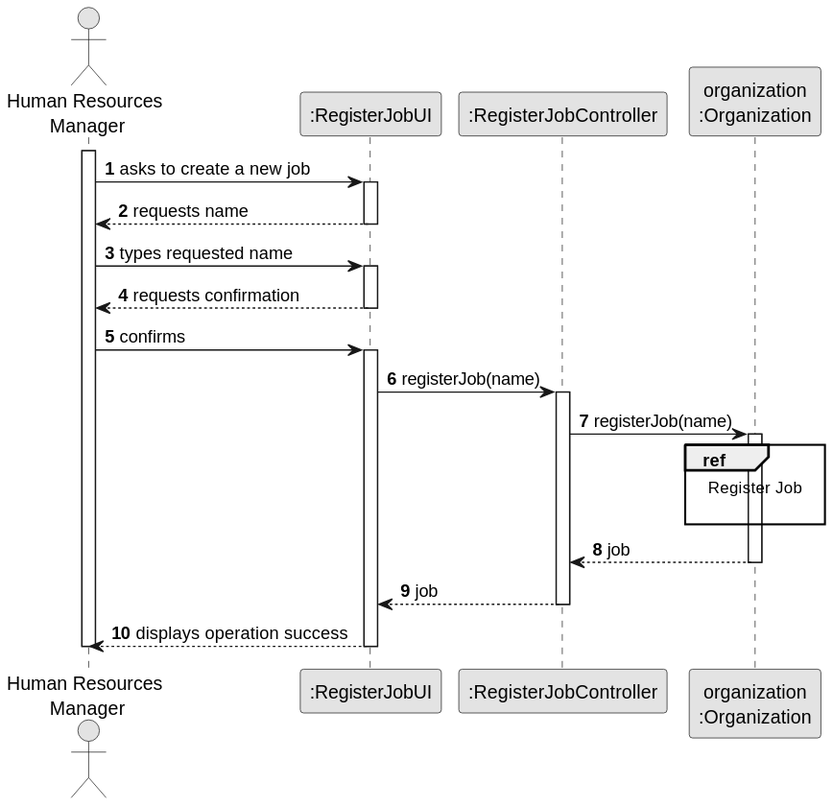
Before: docs/sprintB/us002/03.design/svg/us002-sequence-diagram-split.svg, a diagram exported from PlantUML (diogoveirospro/lei-24-s2-1dg-g072).
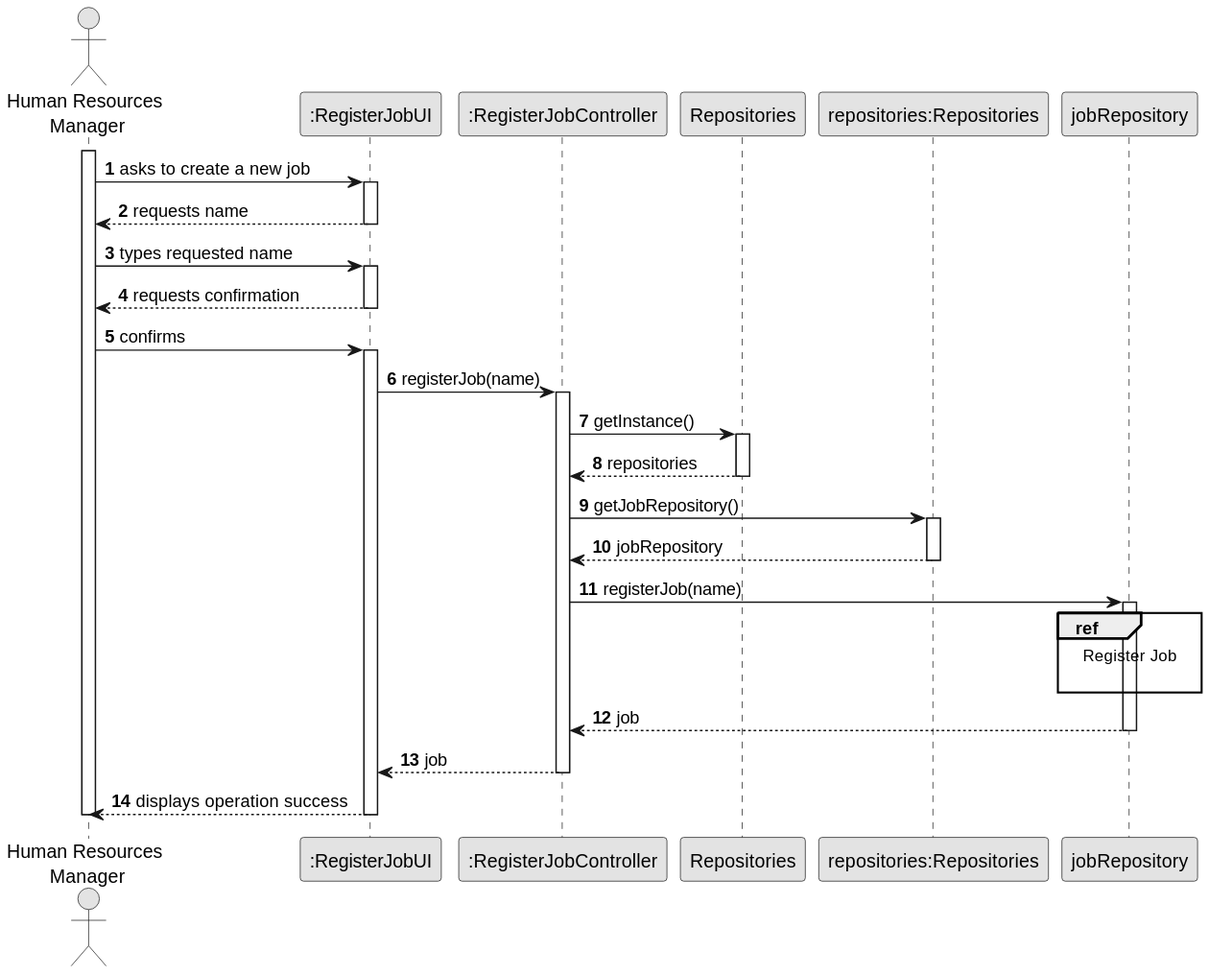
Above is the later version.

Commit message:
US2's Class Diagram

The edit, as a diff of the source:
```diff
@@ -8,7 +8,9 @@
 actor "Human Resources\n Manager" as HRM
 participant ":RegisterJobUI" as UI
 participant ":RegisterJobController" as CTRL
-participant "organization\n:Organization" as ORG
+participant Repositories
+participant "repositories:Repositories" as REP
+participant "jobRepository" as JOBREP
 
 activate HRM
 
@@ -31,16 +33,28 @@
         UI -> CTRL : registerJob(name)
         activate CTRL
 
-            CTRL -> ORG : registerJob(name)
-            activate ORG
+           CTRL -> Repositories: getInstance()
+           activate Repositories
 
-            ref over ORG
+           Repositories --> CTRL: repositories
+           deactivate Repositories
+
+           CTRL -> REP: getJobRepository()
+           activate REP
+
+           REP --> CTRL: jobRepository
+           deactivate REP
+
+            CTRL -> JOBREP : registerJob(name)
+            activate JOBREP
+
+            ref over JOBREP
                 Register Job
 
             end
 
-            ORG --> CTRL : job
-            deactivate ORG
+            JOBREP --> CTRL : job
+            deactivate JOBREP
 
             CTRL --> UI : job
         deactivate CTRL
```
